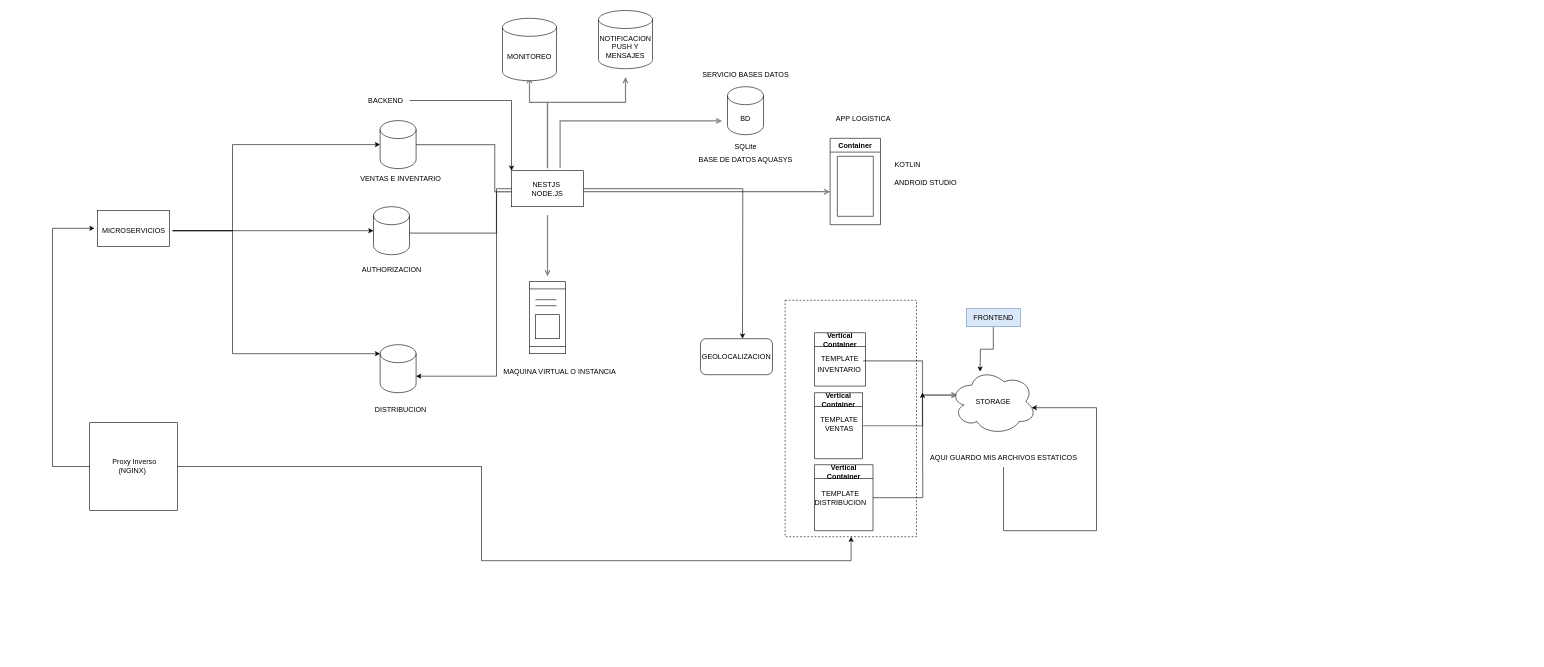
yeikyu/ambiente-prueba keeps this draw.io diagram as Diagrama sin título.drawio. Above is the earlier version. Source tidied: cells renumbered, new cells numbered last; positions are measured from the earlier drawing's top-left corner, leaving out a move shared by most shapes. Both pictures are drawn from the tidied source at 60%, with x=0, y=0 at pixel (52, 10).
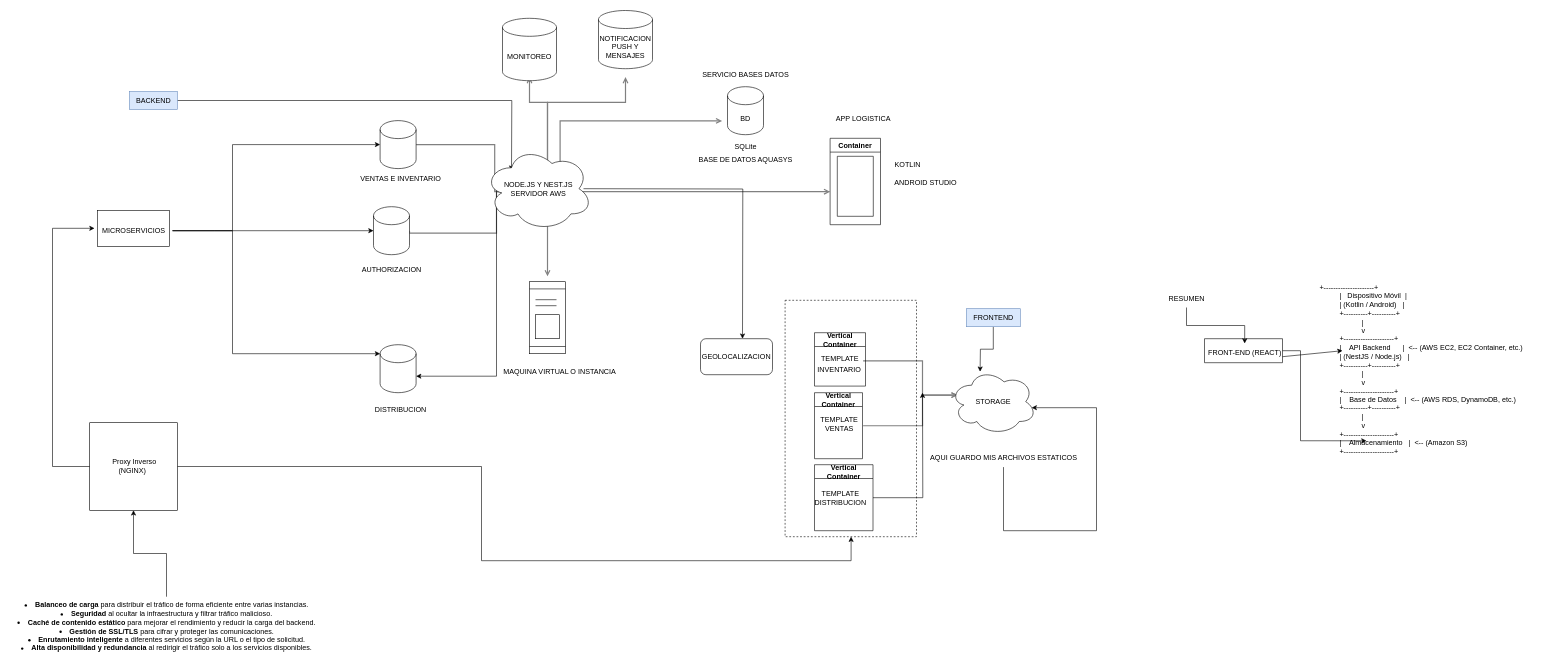
The same page after the edit.

Unchanged cells that the change refers to:
```xml
<mxCell id="29" style="shape=cylinder3;whiteSpace=wrap;html=1;boundedLbl=1;backgroundOutline=1;size=15;" parent="1" vertex="1">
  <mxGeometry x="546" y="557" width="60" height="80" as="geometry" />
</mxCell>
<mxCell id="39" value="&amp;nbsp;Proxy Inverso&lt;div&gt;&amp;nbsp;(NGINX)&amp;nbsp;&amp;nbsp;&lt;/div&gt;" style="whiteSpace=wrap;html=1;" parent="1" vertex="1">
  <mxGeometry x="62" y="687" width="146" height="146" as="geometry" />
</mxCell>
```

The edit, as a diff of the source:
```diff
@@
-    <mxCell id="21" style="edgeStyle=orthogonalEdgeStyle;rounded=0;jettySize=auto;html=1;" parent="1" edge="1" source="22">
+    <mxCell id="21" style="edgeStyle=orthogonalEdgeStyle;rounded=0;orthogonalLoop=1;jettySize=auto;html=1;" parent="1" edge="1">
       <mxGeometry relative="1" as="geometry">
+        <mxPoint x="885" y="297" as="sourcePoint" />
         <mxPoint x="1150" y="547" as="targetPoint" />
       </mxGeometry>
     </mxCell>
-    <mxCell id="22" value="NESTJS&lt;span style=&quot;background-color: initial;&quot;&gt;&amp;nbsp;&lt;/span&gt;&lt;div&gt;&lt;div&gt;NODE.JS&lt;/div&gt;&lt;/div&gt;" style="rounded=0;whiteSpace=wrap;html=1;" parent="1" vertex="1">
-      <mxGeometry x="765" y="267" width="120" height="60" as="geometry" />
-    </mxCell>
@@
-    <mxCell id="25" style="edgeStyle=orthogonalEdgeStyle;rounded=0;jettySize=auto;html=1;entryX=0;entryY=0;entryDx=0;entryDy=0;" parent="1" edge="1" source="26" target="22">
-      <mxGeometry relative="1" as="geometry" />
+    <mxCell id="25" style="edgeStyle=orthogonalEdgeStyle;rounded=0;jettySize=auto;html=1;entryX=0;entryY=0;entryDx=0;entryDy=0;" parent="1" edge="1" source="26">
+      <mxGeometry relative="1" as="geometry">
+        <mxPoint x="765" y="267" as="targetPoint" />
+      </mxGeometry>
     </mxCell>
-    <mxCell id="26" value="BACKEND" style="text;html=1;align=center;verticalAlign=middle;points=[];strokeColor=none;fillColor=none;" parent="1" vertex="1">
-      <mxGeometry x="515" y="135" width="80" height="30" as="geometry" />
+    <mxCell id="26" value="BACKEND" style="text;html=1;align=center;verticalAlign=middle;points=[];strokeColor=#6c8ebf;fillColor=#dae8fc;" parent="1" vertex="1">
+      <mxGeometry x="128" y="135" width="80" height="30" as="geometry" />
     </mxCell>
@@
-    <mxCell id="37" style="edgeStyle=orthogonalEdgeStyle;rounded=0;jettySize=auto;html=1;entryX=1;entryY=0;entryDx=0;entryDy=52.5;entryPerimeter=0;" parent="1" edge="1" source="22" target="29">
+    <mxCell id="37" style="edgeStyle=orthogonalEdgeStyle;rounded=0;jettySize=auto;html=1;entryX=1;entryY=0;entryDx=0;entryDy=52.5;entryPerimeter=0;" parent="1" edge="1" target="29">
       <mxGeometry relative="1" as="geometry">
+        <mxPoint x="765" y="297" as="sourcePoint" />
         <Array as="points">
           <mxPoint x="740" y="297" />
           <mxPoint x="740" y="610" />
         </Array>
       </mxGeometry>
     </mxCell>
@@
+    <mxCell id="61" value="NODE.JS Y NEST.JS&lt;div&gt;SERVIDOR AWS&lt;/div&gt;" style="ellipse;shape=cloud;whiteSpace=wrap;html=1;" parent="1" vertex="1">
+      <mxGeometry x="720" y="227" width="180" height="140" as="geometry" />
+    </mxCell>
+    <mxCell id="62" style="edgeStyle=orthogonalEdgeStyle;rounded=0;jettySize=auto;html=1;" parent="1" edge="1" source="63" target="39">
+      <mxGeometry relative="1" as="geometry" />
+    </mxCell>
+    <mxCell id="63" value="&lt;li&gt;&lt;strong&gt;Balanceo de carga&lt;/strong&gt; para distribuir el tráfico de forma eficiente entre varias instancias.&lt;/li&gt;&lt;li&gt;&lt;strong&gt;Seguridad&lt;/strong&gt; al ocultar la infraestructura y filtrar tráfico malicioso.&lt;/li&gt;&lt;li&gt;&lt;strong&gt;Caché de contenido estático&lt;/strong&gt; para mejorar el rendimiento y reducir la carga del backend.&lt;/li&gt;&lt;li&gt;&lt;strong&gt;Gestión de SSL/TLS&lt;/strong&gt; para cifrar y proteger las comunicaciones.&lt;/li&gt;&lt;li&gt;&lt;strong&gt;Enrutamiento inteligente&lt;/strong&gt; a diferentes servicios según la URL o el tipo de solicitud.&lt;/li&gt;&lt;li&gt;&lt;strong&gt;Alta disponibilidad y redundancia&lt;/strong&gt; al redirigir el tráfico solo a los servicios disponibles.&lt;/li&gt;" style="text;html=1;align=center;verticalAlign=middle;points=[];strokeColor=none;fillColor=none;" parent="1" vertex="1">
+      <mxGeometry x="-70" y="977" width="520" height="100" as="geometry" />
+    </mxCell>
+    <mxCell id="64" value="+---------------------+&#10;          |   Dispositivo Móvil  |&#10;          | (Kotlin / Android)   |&#10;          +----------+----------+&#10;                     |&#10;                     v&#10;          +---------------------+&#10;          |    API Backend      |  &lt;-- (AWS EC2, EC2 Container, etc.)&#10;          | (NestJS / Node.js)   |&#10;          +----------+----------+&#10;                     |&#10;                     v&#10;          +---------------------+&#10;          |    Base de Datos    |  &lt;-- (AWS RDS, DynamoDB, etc.)&#10;          +----------+----------+&#10;                     |&#10;                     v&#10;          +---------------------+&#10;          |    Almacenamiento   |  &lt;-- (Amazon S3)&#10;          +---------------------+" style="text;whiteSpace=wrap;" parent="1" vertex="1">
+      <mxGeometry x="2110" y="447.5" width="360" height="360" as="geometry" />
+    </mxCell>
+    <mxCell id="65" style="swimlane;startSize=0;" parent="1" vertex="1">
+      <mxGeometry x="1920" y="547" width="130" height="40" as="geometry" />
+    </mxCell>
+    <mxCell id="66" value="FRONT-END (REACT)" style="text;html=1;align=center;verticalAlign=middle;points=[];strokeColor=none;fillColor=none;" parent="1" vertex="1">
+      <mxGeometry x="1912" y="555" width="150" height="30" as="geometry" />
+    </mxCell>
+    <mxCell id="67" style="endArrow=classic;html=1;rounded=0;entryX=0.111;entryY=0.332;entryDx=0;entryDy=0;entryPerimeter=0;" parent="1" edge="1" target="64">
+      <mxGeometry relative="1" as="geometry">
+        <mxPoint x="2050" y="577" as="sourcePoint" />
+      </mxGeometry>
+    </mxCell>
+    <mxCell id="68" style="edgeStyle=orthogonalEdgeStyle;rounded=0;jettySize=auto;html=1;entryX=0.222;entryY=0.749;entryDx=0;entryDy=0;entryPerimeter=0;" parent="1" edge="1" source="65" target="64">
+      <mxGeometry relative="1" as="geometry" />
+    </mxCell>
+    <mxCell id="69" style="edgeStyle=orthogonalEdgeStyle;rounded=0;jettySize=auto;html=1;" parent="1" edge="1" source="70" target="66">
+      <mxGeometry relative="1" as="geometry" />
+    </mxCell>
+    <mxCell id="70" value="RESUMEN" style="text;html=1;align=center;verticalAlign=middle;points=[];strokeColor=none;fillColor=none;" parent="1" vertex="1">
+      <mxGeometry x="1850" y="465" width="80" height="30" as="geometry" />
+    </mxCell>
```
